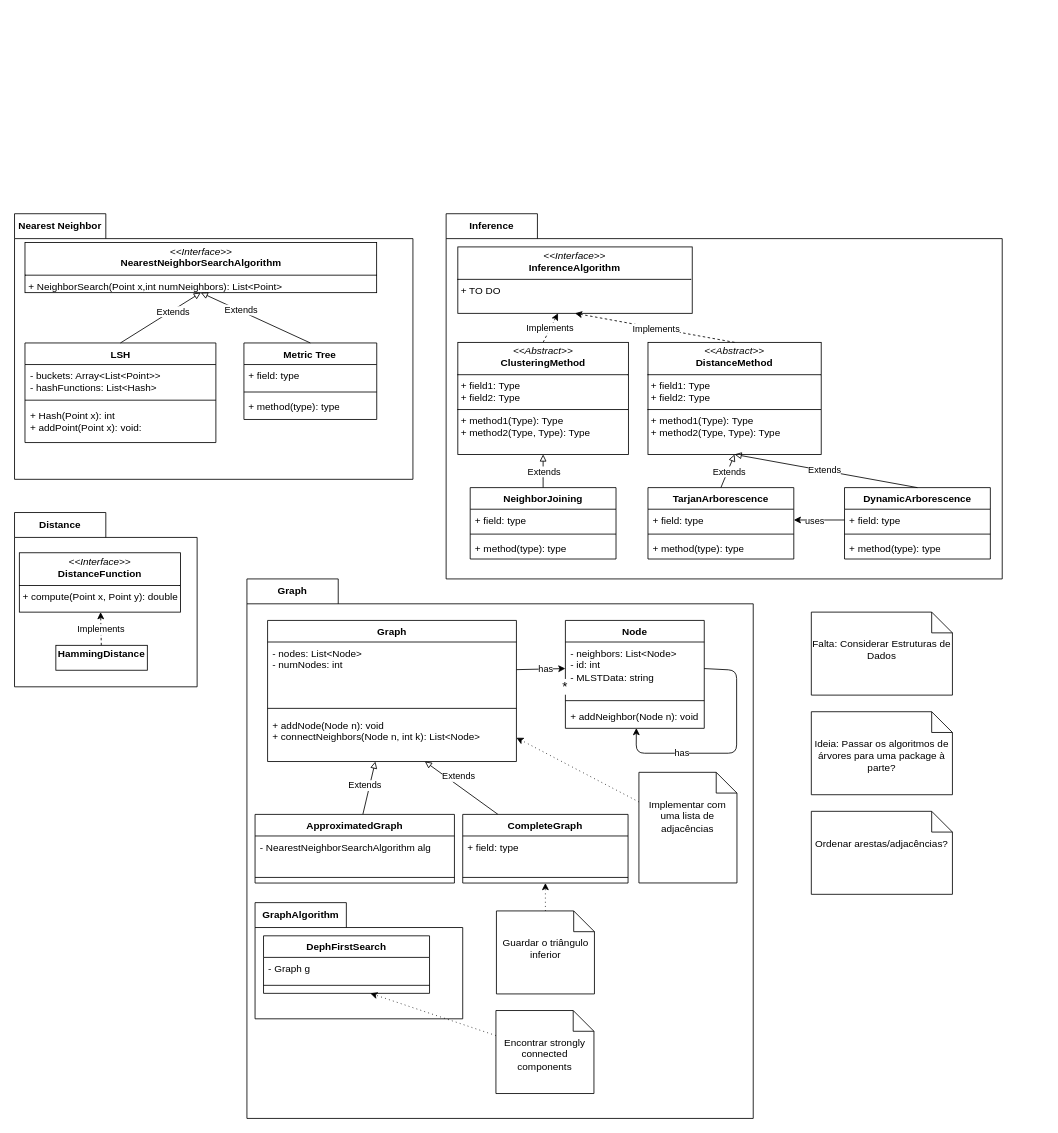
Above: Packages.drawio in Goncalo-Palma-Nunes/minimum-weight-arborescence (draw.io), before the change. Source tidied: cells renumbered, new cells numbered last; positions are measured from the earlier drawing's top-left corner, leaving out a move shared by most shapes. Both pictures are drawn from the tidied source at 83%, with x=0, y=0 at pixel (14, 213).
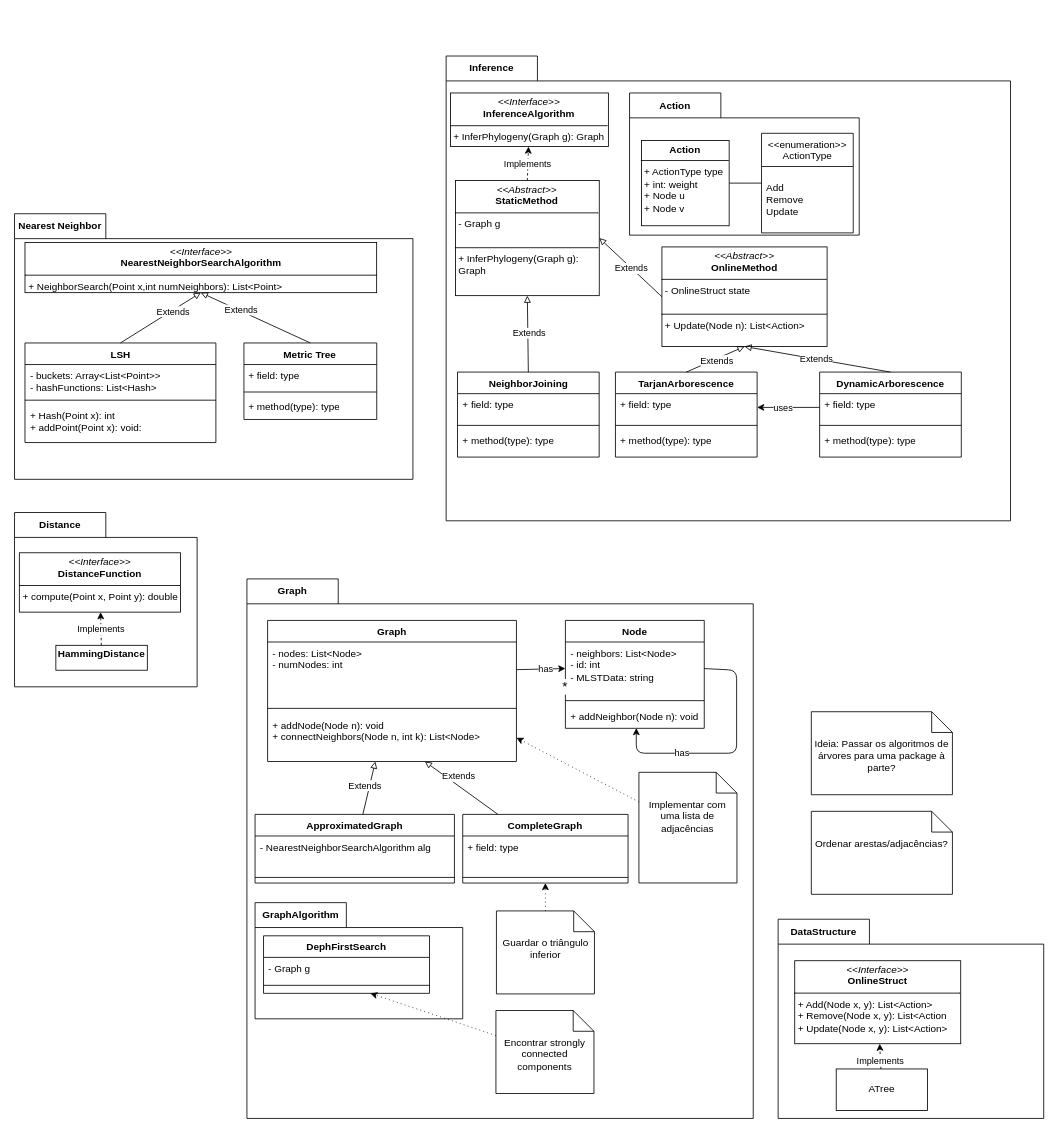
The same page after the edit.

Commit message:
feat: finish Inference package's UML

What changed in the source:
```diff
@@
     <mxCell id="58" value="Inference" style="shape=folder;fontStyle=1;tabWidth=110;tabHeight=30;tabPosition=left;html=1;boundedLbl=1;labelInHeader=1;whiteSpace=wrap;" parent="1" vertex="1">
-      <mxGeometry x="520" width="670" height="440" as="geometry" />
+      <mxGeometry x="520" y="-190" width="680" height="560" as="geometry" />
     </mxCell>
     <mxCell id="59" style="html=1;strokeColor=none;fillColor=none;whiteSpace=wrap;" parent="58" vertex="1">
-      <mxGeometry width="637.05" height="308" relative="1" as="geometry">
-        <mxPoint y="30" as="offset" />
+      <mxGeometry width="618.85" height="481.6" relative="1" as="geometry">
+        <mxPoint y="-50" as="offset" />
       </mxGeometry>
     </mxCell>
-    <mxCell id="60" value="&lt;p style=&quot;margin:0px;margin-top:4px;text-align:center;&quot;&gt;&lt;i&gt;&amp;lt;&amp;lt;Interface&amp;gt;&amp;gt;&lt;/i&gt;&lt;br&gt;&lt;b&gt;InferenceAlgorithm&lt;/b&gt;&lt;/p&gt;&lt;hr size=&quot;1&quot; style=&quot;border-style:solid;&quot;&gt;&lt;p style=&quot;margin:0px;margin-left:4px;&quot;&gt;+ TO DO&lt;br&gt;&lt;/p&gt;" style="verticalAlign=top;align=left;overflow=fill;html=1;whiteSpace=wrap;" parent="58" vertex="1">
-      <mxGeometry x="14.1" y="40" width="282.4" height="80" as="geometry" />
+    <mxCell id="60" value="&lt;p style=&quot;margin:0px;margin-top:4px;text-align:center;&quot;&gt;&lt;i&gt;&amp;lt;&amp;lt;Interface&amp;gt;&amp;gt;&lt;/i&gt;&lt;br&gt;&lt;b&gt;InferenceAlgorithm&lt;/b&gt;&lt;/p&gt;&lt;hr size=&quot;1&quot; style=&quot;border-style:solid;&quot;&gt;&lt;p style=&quot;margin:0px;margin-left:4px;&quot;&gt;+ InferPhylogeny(Graph g): Graph&lt;br&gt;&lt;/p&gt;" style="verticalAlign=top;align=left;overflow=fill;html=1;whiteSpace=wrap;" parent="58" vertex="1">
+      <mxGeometry x="5.2" y="44.5" width="190.3" height="64.6" as="geometry" />
     </mxCell>
@@
-    <mxCell id="63" value="&lt;p style=&quot;margin:0px;margin-top:4px;text-align:center;&quot;&gt;&lt;i&gt;&amp;lt;&amp;lt;Abstract&amp;gt;&amp;gt;&lt;/i&gt;&lt;br&gt;&lt;b&gt;ClusteringMethod&lt;/b&gt;&lt;/p&gt;&lt;hr size=&quot;1&quot; style=&quot;border-style:solid;&quot;&gt;&lt;p style=&quot;margin:0px;margin-left:4px;&quot;&gt;+ field1: Type&lt;br&gt;+ field2: Type&lt;/p&gt;&lt;hr size=&quot;1&quot; style=&quot;border-style:solid;&quot;&gt;&lt;p style=&quot;margin:0px;margin-left:4px;&quot;&gt;+ method1(Type): Type&lt;br&gt;+ method2(Type, Type): Type&lt;/p&gt;" style="verticalAlign=top;align=left;overflow=fill;html=1;whiteSpace=wrap;" parent="58" vertex="1">
-      <mxGeometry x="14.1" y="155" width="205.5" height="135" as="geometry" />
+    <mxCell id="63" value="&lt;p style=&quot;margin:0px;margin-top:4px;text-align:center;&quot;&gt;&lt;i&gt;&amp;lt;&amp;lt;Abstract&amp;gt;&amp;gt;&lt;/i&gt;&lt;br&gt;&lt;b&gt;StaticMethod&lt;/b&gt;&lt;/p&gt;&lt;hr size=&quot;1&quot; style=&quot;border-style:solid;&quot;&gt;&lt;p style=&quot;margin:0px;margin-left:4px;&quot;&gt;- Graph g&lt;br&gt;&lt;br&gt;&lt;/p&gt;&lt;hr size=&quot;1&quot; style=&quot;border-style:solid;&quot;&gt;&lt;p style=&quot;margin:0px;margin-left:4px;&quot;&gt;+ InferPhylogeny(Graph g): Graph&lt;br&gt;&lt;/p&gt;" style="verticalAlign=top;align=left;overflow=fill;html=1;whiteSpace=wrap;" parent="58" vertex="1">
+      <mxGeometry x="11.2" y="150" width="173.3" height="138.7" as="geometry" />
     </mxCell>
-    <mxCell id="64" value="&lt;p style=&quot;margin:0px;margin-top:4px;text-align:center;&quot;&gt;&lt;i&gt;&amp;lt;&amp;lt;Abstract&amp;gt;&amp;gt;&lt;/i&gt;&lt;br&gt;&lt;b&gt;DistanceMethod&lt;/b&gt;&lt;/p&gt;&lt;hr size=&quot;1&quot; style=&quot;border-style:solid;&quot;&gt;&lt;p style=&quot;margin:0px;margin-left:4px;&quot;&gt;+ field1: Type&lt;br&gt;+ field2: Type&lt;/p&gt;&lt;hr size=&quot;1&quot; style=&quot;border-style:solid;&quot;&gt;&lt;p style=&quot;margin:0px;margin-left:4px;&quot;&gt;+ method1(Type): Type&lt;br&gt;+ method2(Type, Type): Type&lt;/p&gt;" style="verticalAlign=top;align=left;overflow=fill;html=1;whiteSpace=wrap;" parent="58" vertex="1">
-      <mxGeometry x="243.2" y="155" width="208.7" height="135" as="geometry" />
+    <mxCell id="64" value="&lt;p style=&quot;margin:0px;margin-top:4px;text-align:center;&quot;&gt;&lt;i&gt;&amp;lt;&amp;lt;Abstract&amp;gt;&amp;gt;&lt;/i&gt;&lt;br&gt;&lt;b&gt;OnlineMethod&lt;/b&gt;&lt;/p&gt;&lt;hr size=&quot;1&quot; style=&quot;border-style:solid;&quot;&gt;&lt;p style=&quot;margin:0px;margin-left:4px;&quot;&gt;- OnlineStruct state&lt;br&gt;&lt;br&gt;&lt;/p&gt;&lt;hr size=&quot;1&quot; style=&quot;border-style:solid;&quot;&gt;&lt;p style=&quot;margin:0px;margin-left:4px;&quot;&gt;+ Update(Node n): List&amp;lt;Action&amp;gt;&lt;br&gt;&lt;/p&gt;" style="verticalAlign=top;align=left;overflow=fill;html=1;whiteSpace=wrap;" parent="58" vertex="1">
+      <mxGeometry x="260" y="230" width="199" height="120" as="geometry" />
     </mxCell>
-    <mxCell id="65" style="edgeStyle=none;html=1;dashed=1;exitX=0.5;exitY=0;exitDx=0;exitDy=0;entryX=0.5;entryY=1;entryDx=0;entryDy=0;" parent="58" edge="1" source="64" target="60">
+    <mxCell id="65" style="edgeStyle=none;html=1;exitX=0;exitY=0.5;exitDx=0;exitDy=0;entryX=1;entryY=0.5;entryDx=0;entryDy=0;endArrow=block;endFill=0;" parent="58" edge="1" source="64" target="63">
       <mxGeometry relative="1" as="geometry" />
     </mxCell>
-    <mxCell id="66" value="Implements" style="edgeLabel;html=1;align=center;verticalAlign=middle;" parent="65" vertex="1">
+    <mxCell id="66" value="Extends" style="edgeLabel;html=1;align=center;verticalAlign=middle;" parent="65" vertex="1">
       <mxGeometry x="-0.02" y="1" relative="1" as="geometry" />
     </mxCell>
     <mxCell id="67" value="NeighborJoining" style="swimlane;fontStyle=1;align=center;verticalAlign=top;horizontal=1;startSize=26;whiteSpace=wrap;html=1;" parent="58" vertex="1">
-      <mxGeometry x="29" y="330" width="175.7" height="86" as="geometry" />
+      <mxGeometry x="13.7" y="380.8" width="170.7" height="102.4" as="geometry" />
     </mxCell>
     <mxCell id="68" value="+ field: type" style="text;strokeColor=none;fillColor=none;align=left;verticalAlign=top;spacingLeft=4;spacingRight=4;overflow=hidden;whiteSpace=wrap;html=1;" parent="67" vertex="1">
-      <mxGeometry y="26" width="175.7" height="26" as="geometry" />
+      <mxGeometry y="26" width="170.7" height="33.1" as="geometry" />
     </mxCell>
     <mxCell id="69" style="line;strokeWidth=1;fillColor=none;align=left;verticalAlign=middle;spacingTop=-1;spacingLeft=3;spacingRight=3;labelPosition=right;strokeColor=inherit;" parent="67" vertex="1">
-      <mxGeometry y="52" width="175.7" height="8" as="geometry" />
+      <mxGeometry y="59.1" width="170.7" height="10.2" as="geometry" />
     </mxCell>
     <mxCell id="70" value="+ method(type): type" style="text;strokeColor=none;fillColor=none;align=left;verticalAlign=top;spacingLeft=4;spacingRight=4;overflow=hidden;whiteSpace=wrap;html=1;" parent="67" vertex="1">
-      <mxGeometry y="60" width="175.7" height="26" as="geometry" />
+      <mxGeometry y="69.3" width="170.7" height="33.1" as="geometry" />
     </mxCell>
@@
     <mxCell id="73" value="TarjanArborescence" style="swimlane;fontStyle=1;align=center;verticalAlign=top;horizontal=1;startSize=26;whiteSpace=wrap;html=1;" parent="58" vertex="1">
-      <mxGeometry x="243.2" y="330" width="175.7" height="86" as="geometry" />
+      <mxGeometry x="204" y="380.8" width="170.7" height="102.4" as="geometry" />
     </mxCell>
     <mxCell id="74" value="+ field: type" style="text;strokeColor=none;fillColor=none;align=left;verticalAlign=top;spacingLeft=4;spacingRight=4;overflow=hidden;points=[[0,0.5],[1,0.5]];portConstraint=eastwest;whiteSpace=wrap;html=1;" parent="73" vertex="1">
-      <mxGeometry y="26" width="175.7" height="26" as="geometry" />
+      <mxGeometry y="26" width="170.7" height="33.1" as="geometry" />
     </mxCell>
     <mxCell id="75" style="line;strokeWidth=1;fillColor=none;align=left;verticalAlign=middle;spacingTop=-1;spacingLeft=3;spacingRight=3;labelPosition=right;strokeColor=inherit;" parent="73" vertex="1">
-      <mxGeometry y="52" width="175.7" height="8" as="geometry" />
+      <mxGeometry y="59.1" width="170.7" height="10.2" as="geometry" />
     </mxCell>
     <mxCell id="76" value="+ method(type): type" style="text;strokeColor=none;fillColor=none;align=left;verticalAlign=top;spacingLeft=4;spacingRight=4;overflow=hidden;whiteSpace=wrap;html=1;" parent="73" vertex="1">
-      <mxGeometry y="60" width="175.7" height="26" as="geometry" />
+      <mxGeometry y="69.3" width="170.7" height="33.1" as="geometry" />
     </mxCell>
     <mxCell id="77" value="DynamicArborescence" style="swimlane;fontStyle=1;align=center;verticalAlign=top;horizontal=1;startSize=26;whiteSpace=wrap;html=1;" parent="58" vertex="1">
-      <mxGeometry x="480" y="330" width="175.7" height="86" as="geometry" />
+      <mxGeometry x="450" y="380.8" width="170.7" height="102.4" as="geometry" />
     </mxCell>
     <mxCell id="78" value="+ field: type" style="text;strokeColor=none;fillColor=none;align=left;verticalAlign=top;spacingLeft=4;spacingRight=4;overflow=hidden;points=[[0,0.5],[1,0.5]];portConstraint=eastwest;whiteSpace=wrap;html=1;" parent="77" vertex="1">
-      <mxGeometry y="26" width="175.7" height="26" as="geometry" />
+      <mxGeometry y="26" width="170.7" height="33.1" as="geometry" />
     </mxCell>
     <mxCell id="79" style="line;strokeWidth=1;fillColor=none;align=left;verticalAlign=middle;spacingTop=-1;spacingLeft=3;spacingRight=3;labelPosition=right;strokeColor=inherit;" parent="77" vertex="1">
-      <mxGeometry y="52" width="175.7" height="8" as="geometry" />
+      <mxGeometry y="59.1" width="170.7" height="10.2" as="geometry" />
     </mxCell>
     <mxCell id="80" value="+ method(type): type" style="text;strokeColor=none;fillColor=none;align=left;verticalAlign=top;spacingLeft=4;spacingRight=4;overflow=hidden;whiteSpace=wrap;html=1;" parent="77" vertex="1">
-      <mxGeometry y="60" width="175.7" height="26" as="geometry" />
+      <mxGeometry y="69.3" width="170.7" height="33.1" as="geometry" />
     </mxCell>
@@
-    <mxCell id="87" value="Falta: Considerar Estruturas de Dados" style="shape=note2;boundedLbl=1;whiteSpace=wrap;html=1;size=25;verticalAlign=top;align=center;" parent="1" vertex="1">
-      <mxGeometry x="960" y="480" width="170" height="100" as="geometry" />
-    </mxCell>
+    <mxCell id="90" value="Action" style="shape=folder;fontStyle=1;tabWidth=110;tabHeight=30;tabPosition=left;html=1;boundedLbl=1;labelInHeader=1;whiteSpace=wrap;" parent="58" vertex="1">
+      <mxGeometry x="221" y="44.5" width="276.7" height="171.3" as="geometry" />
+    </mxCell>
+    <mxCell id="91" style="edgeStyle=none;html=1;exitX=1;exitY=0.5;exitDx=0;exitDy=0;entryX=0;entryY=0.5;entryDx=0;entryDy=0;endArrow=none;endFill=0;" parent="90" edge="1" source="92" target="93">
+      <mxGeometry relative="1" as="geometry" />
+    </mxCell>
+    <mxCell id="92" value="&lt;p style=&quot;margin:0px;margin-top:4px;text-align:center;&quot;&gt;&lt;b&gt;Action&lt;/b&gt;&lt;/p&gt;&lt;hr size=&quot;1&quot; style=&quot;border-style:solid;&quot;&gt;&lt;p style=&quot;margin:0px;margin-left:4px;&quot;&gt;+ ActionType type&lt;br&gt;+ int: weight&lt;br&gt;+ Node u&lt;br&gt;+ Node v&lt;/p&gt;&lt;p style=&quot;margin:0px;margin-left:4px;&quot;&gt;&lt;br&gt;&lt;/p&gt;" style="verticalAlign=top;align=left;overflow=fill;html=1;whiteSpace=wrap;" parent="90" vertex="1">
+      <mxGeometry x="14.4" y="57.3" width="105.6" height="102.7" as="geometry" />
+    </mxCell>
+    <mxCell id="93" value="&amp;lt;&amp;lt;enumeration&amp;gt;&amp;gt;&lt;br&gt;ActionType" style="swimlane;fontStyle=0;align=center;verticalAlign=top;horizontal=1;startSize=40;html=1;whiteSpace=wrap;" parent="90" vertex="1">
+      <mxGeometry x="159" y="48.6" width="110.5" height="120" as="geometry" />
+    </mxCell>
+    <mxCell id="94" value="Add&lt;br&gt;Remove&lt;br&gt;Update" style="text;html=1;strokeColor=none;fillColor=none;align=left;verticalAlign=middle;spacingLeft=4;spacingRight=4;overflow=hidden;whiteSpace=wrap;" parent="93" vertex="1">
+      <mxGeometry y="40" width="110.5" height="80" as="geometry" />
+    </mxCell>
@@
+    <mxCell id="95" value="DataStructure" style="shape=folder;fontStyle=1;tabWidth=110;tabHeight=30;tabPosition=left;html=1;boundedLbl=1;labelInHeader=1;whiteSpace=wrap;" parent="1" vertex="1">
+      <mxGeometry x="920" y="850" width="320" height="240" as="geometry" />
+    </mxCell>
+    <mxCell id="96" value="&lt;p style=&quot;margin:0px;margin-top:4px;text-align:center;&quot;&gt;&lt;i&gt;&amp;lt;&amp;lt;Interface&amp;gt;&amp;gt;&lt;/i&gt;&lt;br&gt;&lt;b&gt;OnlineStruct&lt;/b&gt;&lt;/p&gt;&lt;hr size=&quot;1&quot; style=&quot;border-style:solid;&quot;&gt;&lt;p style=&quot;margin:0px;margin-left:4px;&quot;&gt;+ Add(Node x, y): List&amp;lt;Action&amp;gt;&lt;br&gt;+ Remove(Node x, y): List&amp;lt;Action&lt;/p&gt;&lt;p style=&quot;margin:0px;margin-left:4px;&quot;&gt;+ Update(Node x, y): List&amp;lt;Action&amp;gt;&lt;/p&gt;" style="verticalAlign=top;align=left;overflow=fill;html=1;whiteSpace=wrap;" parent="95" vertex="1">
+      <mxGeometry x="20" y="50" width="200" height="100" as="geometry" />
+    </mxCell>
+    <mxCell id="97" style="edgeStyle=none;html=1;dashed=1;" parent="95" edge="1" source="99" target="96">
+      <mxGeometry relative="1" as="geometry" />
+    </mxCell>
+    <mxCell id="98" value="Implements" style="edgeLabel;html=1;align=center;verticalAlign=middle;" parent="97" vertex="1">
+      <mxGeometry x="-0.32" y="1" relative="1" as="geometry" />
+    </mxCell>
+    <mxCell id="99" value="ATree" style="html=1;whiteSpace=wrap;" parent="95" vertex="1">
+      <mxGeometry x="70" y="180.4" width="110" height="50" as="geometry" />
+    </mxCell>
```
